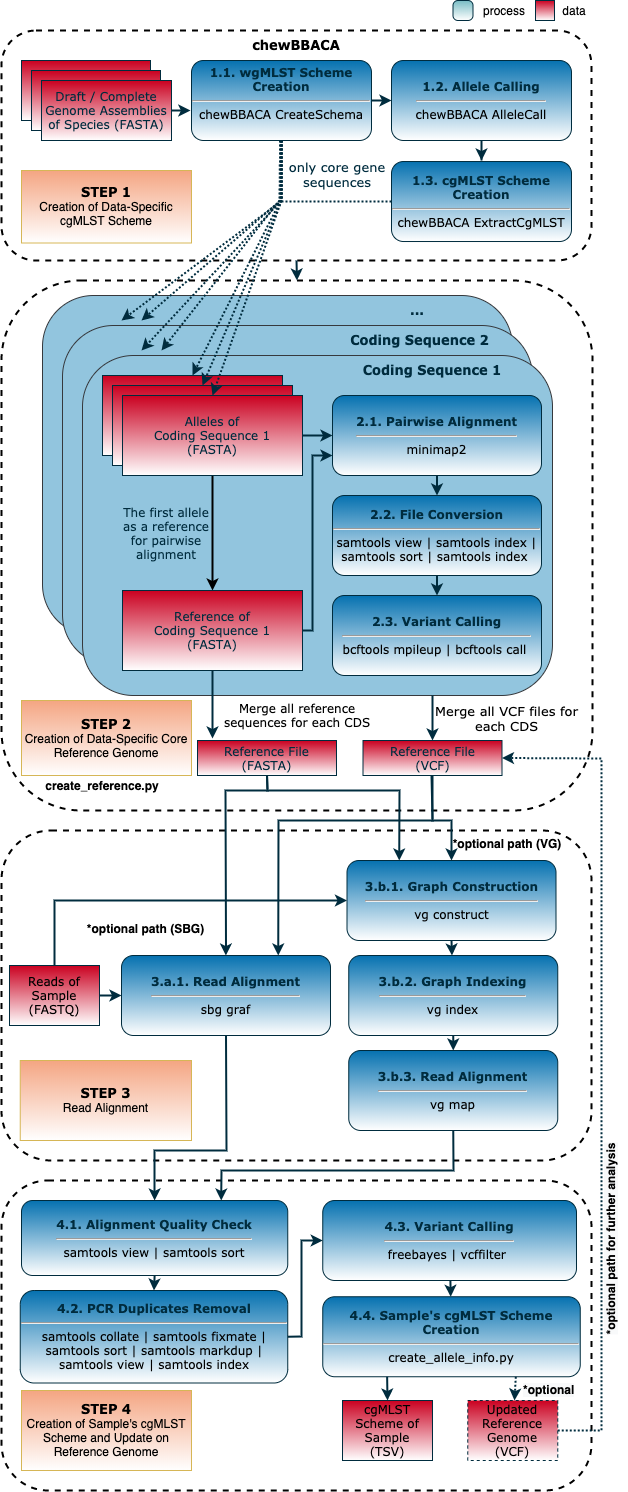
Above: images/milestone_workflow_github.png in fatmakahveci/milestone (draw.io), before the change. Source tidied: cells renumbered, new cells last; positions are measured from the earlier drawing's top-left corner, leaving out a move shared by most shapes.
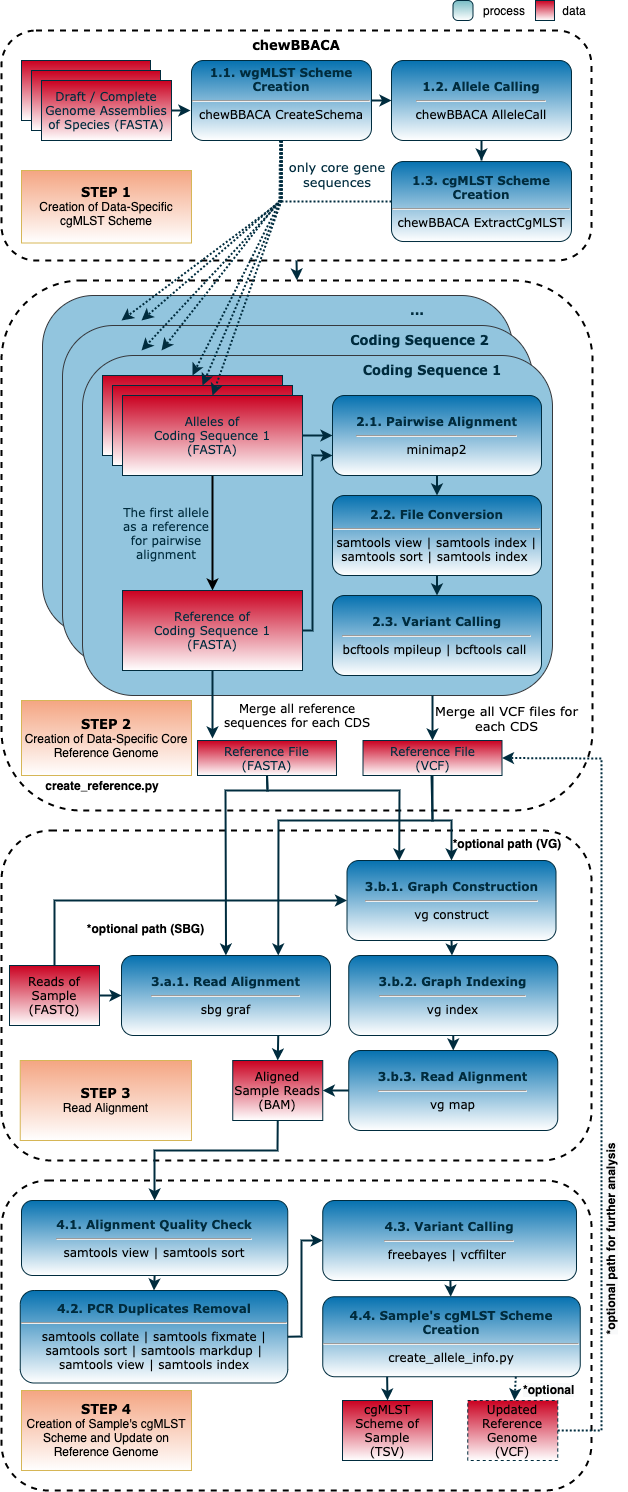
Above is the later version.

Diff of the diagram source:
```diff
@@ -341,21 +341,11 @@
         </Array>
       </mxGeometry>
     </mxCell>
-    <mxCell id="84" style="endArrow=classic;html=1;strokeColor=#002C3E;strokeWidth=2;shadow=0;rounded=0;fontColor=#002C3E;exitX=0.5;exitY=1;exitDx=0;exitDy=0;fontFamily=Verdana;entryX=0.5;entryY=0;entryDx=0;entryDy=0;" parent="1" edge="1" source="74" target="52">
-      <mxGeometry relative="1" as="geometry">
-        <Array as="points">
-          <mxPoint x="225" y="1150" />
-          <mxPoint x="153" y="1150" />
-        </Array>
-      </mxGeometry>
+    <mxCell id="84" style="endArrow=classic;html=1;strokeColor=#002C3E;strokeWidth=2;shadow=0;rounded=0;fontColor=#002C3E;exitX=0.75;exitY=1;exitDx=0;exitDy=0;fontFamily=Verdana;entryX=0.5;entryY=0;entryDx=0;entryDy=0;" parent="1" edge="1" source="74" target="93">
+      <mxGeometry relative="1" as="geometry" />
     </mxCell>
-    <mxCell id="85" style="endArrow=classic;html=1;strokeColor=#002C3E;strokeWidth=2;shadow=0;rounded=0;fontColor=#002C3E;exitX=0.5;exitY=1;exitDx=0;exitDy=0;fontFamily=Verdana;entryX=0.75;entryY=0;entryDx=0;entryDy=0;" parent="1" edge="1" source="76" target="52">
-      <mxGeometry relative="1" as="geometry">
-        <Array as="points">
-          <mxPoint x="452" y="1170" />
-          <mxPoint x="220" y="1170" />
-        </Array>
-      </mxGeometry>
+    <mxCell id="85" style="endArrow=classic;html=1;strokeColor=#002C3E;strokeWidth=2;shadow=0;rounded=0;fontColor=#002C3E;exitX=0;exitY=0.5;exitDx=0;exitDy=0;fontFamily=Verdana;entryX=1;entryY=0.5;entryDx=0;entryDy=0;" parent="1" edge="1" source="76" target="93">
+      <mxGeometry relative="1" as="geometry" />
     </mxCell>
     <mxCell id="86" style="endArrow=classic;html=1;strokeColor=#002C3E;strokeWidth=2;shadow=0;rounded=0;fontColor=#002C3E;exitX=1;exitY=0.5;exitDx=0;exitDy=0;fontFamily=Verdana;entryX=1;entryY=0.5;entryDx=0;entryDy=0;dashed=1;dashPattern=1 1;" parent="1" edge="1" source="89" target="33">
       <mxGeometry relative="1" as="geometry">
@@ -384,5 +374,16 @@
     <mxCell id="92" value="&lt;meta charset=&quot;utf-8&quot; style=&quot;&quot;&gt;&lt;b style=&quot;font-size: 12px; font-style: normal; font-variant-ligatures: normal; font-variant-caps: normal; letter-spacing: normal; orphans: 2; text-indent: 0px; text-transform: none; widows: 2; word-spacing: 0px; -webkit-text-stroke-width: 0px; text-decoration-style: initial; text-decoration-color: initial; font-family: helvetica; text-align: center; background-color: rgb(248, 249, 250);&quot;&gt;*optional&lt;/b&gt;" style="text;whiteSpace=wrap;html=1;" parent="1" vertex="1">
       <mxGeometry x="520" y="1376.2" width="80" height="30" as="geometry" />
     </mxCell>
+    <mxCell id="93" value="Aligned Sample Reads&lt;br&gt;(BAM)" style="rounded=0;whiteSpace=wrap;html=1;fillColor=#ca0020;strokeColor=#002C3E;glass=0;gradientColor=#ffffff;fontFamily=Verdana;fontStyle=0;" parent="1" vertex="1">
+      <mxGeometry x="231.2" y="1060" width="90" height="60" as="geometry" />
+    </mxCell>
+    <mxCell id="94" style="endArrow=classic;html=1;strokeColor=#002C3E;strokeWidth=2;shadow=0;rounded=0;fontColor=#002C3E;exitX=0.5;exitY=1;exitDx=0;exitDy=0;fontFamily=Verdana;entryX=0.5;entryY=0;entryDx=0;entryDy=0;" parent="1" edge="1" source="93" target="52">
+      <mxGeometry relative="1" as="geometry">
+        <Array as="points">
+          <mxPoint x="276" y="1150" />
+          <mxPoint x="153" y="1150" />
+        </Array>
+      </mxGeometry>
+    </mxCell>
   </root>
 </mxGraphModel>
```
